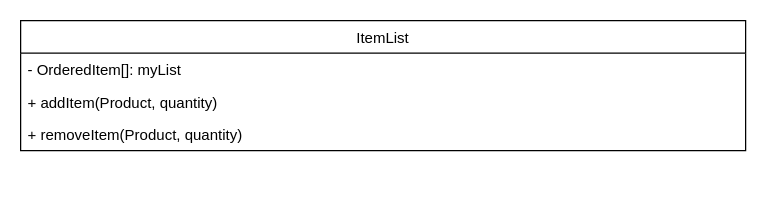
chrismd2/CSci-430-Group-11 keeps this draw.io diagram as Project_1/Class_Diagrams/ItemList.drawio. Above is the earlier version. Source tidied: cells renumbered, new cells numbered last; positions are measured from the earlier drawing's top-left corner, leaving out a move shared by most shapes. Both pictures are drawn from the tidied source at 125%, with x=0, y=0 at pixel (20, 20).
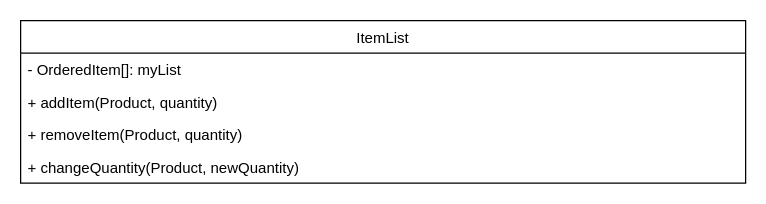
The same page after the edit.

Change to the diagram source:
```diff
@@
 <mxGraphModel>
   <root>
     <mxCell id="0" />
     <mxCell id="1" parent="0" />
     <mxCell id="2" value="ItemList" style="swimlane;fontStyle=0;horizontal=1;startSize=26;fillColor=none;" parent="1" vertex="1">
-      <mxGeometry width="580" height="104" as="geometry" />
+      <mxGeometry width="580" height="130" as="geometry" />
     </mxCell>
     <mxCell id="3" value="- OrderedItem[]: myList" style="text;strokeColor=none;fillColor=none;align=left;verticalAlign=top;spacingLeft=4;spacingRight=4;overflow=hidden;" parent="2" vertex="1">
       <mxGeometry y="26" width="580" height="26" as="geometry" />
     </mxCell>
     <mxCell id="4" value="+ addItem(Product, quantity)" style="text;strokeColor=none;fillColor=none;align=left;verticalAlign=top;spacingLeft=4;spacingRight=4;overflow=hidden;" parent="2" vertex="1">
       <mxGeometry y="52" width="580" height="26" as="geometry" />
     </mxCell>
     <mxCell id="5" value="+ removeItem(Product, quantity)" style="text;strokeColor=none;fillColor=none;align=left;verticalAlign=top;spacingLeft=4;spacingRight=4;overflow=hidden;" parent="2" vertex="1">
       <mxGeometry y="78" width="580" height="26" as="geometry" />
     </mxCell>
+    <mxCell id="6" value="+ changeQuantity(Product, newQuantity)" style="text;strokeColor=none;fillColor=none;align=left;verticalAlign=top;spacingLeft=4;spacingRight=4;overflow=hidden;" parent="2" vertex="1">
+      <mxGeometry y="104" width="580" height="26" as="geometry" />
+    </mxCell>
   </root>
 </mxGraphModel>
```
